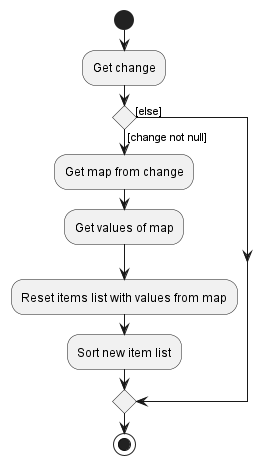
This is docs/images/UiListViewPanelActivityDiagram.png from nus-cs2103-AY2223S2/tp, a PlantUML export, as it was before one commit.
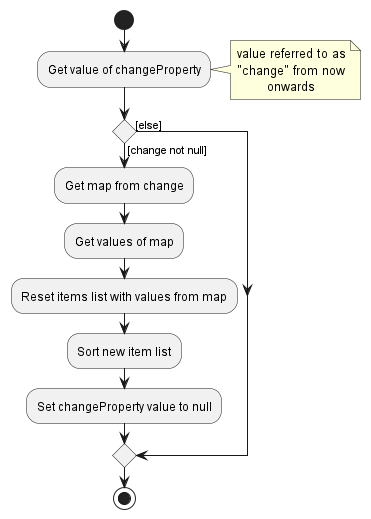
Above is the later version.

What changed in the source:
```diff
@@ -2,12 +2,18 @@
 !include style.puml
 
 start
-:Get change;
+:Get value of changeProperty;
+note right
+    value referred to as
+    "change" from now
+    onwards
+end note
 if () then ([change not null])
     :Get map from change;
     :Get values of map;
     :Reset items list with values from map;
     :Sort new item list;
+    :Set changeProperty value to null;
 else ([else])
 endif
 stop
```
